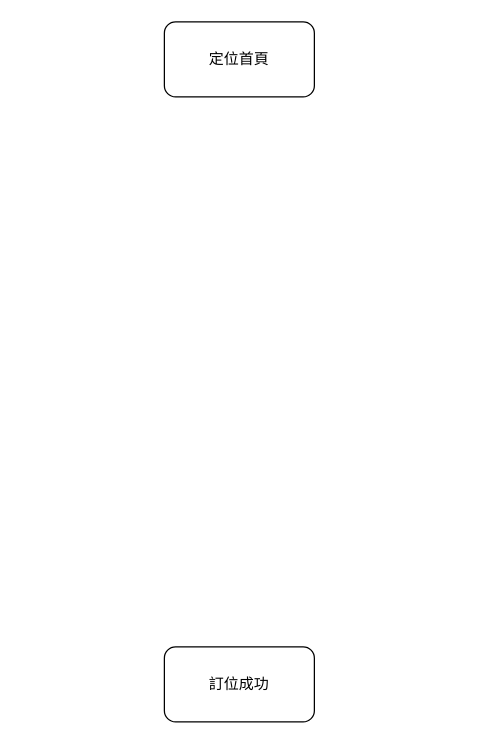
The draw.io diagram 定位系統.drawio in Josh1216/draw.io_test, before the edit. Source tidied: cells renumbered, new cells numbered last; positions are measured from the earlier drawing's top-left corner, leaving out a move shared by most shapes. Both pictures are drawn from the tidied source at 125%, with x=0, y=0 at pixel (164, 21).
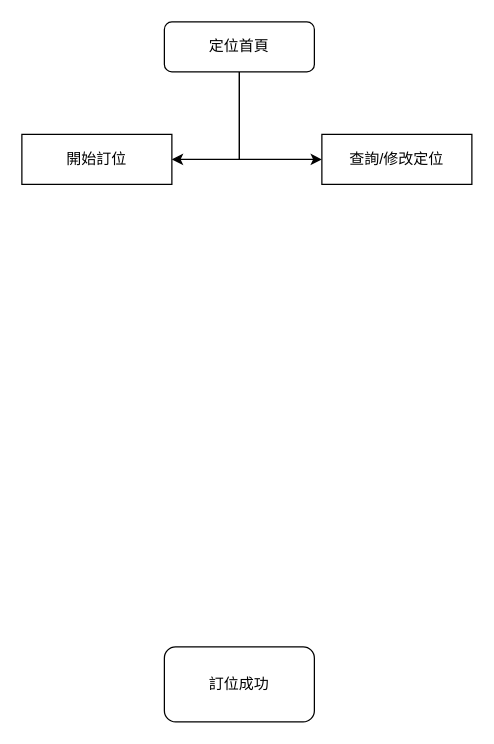
After the change.

Commit message (it also covers changes not shown here):
更新定位系統.drawio

The edit, as a diff of the source:
```diff
@@
 <mxGraphModel>
   <root>
     <mxCell id="0" />
     <mxCell id="1" parent="0" />
+    <mxCell id="4" style="edgeStyle=orthogonalEdgeStyle;rounded=0;jettySize=auto;html=1;" parent="1" edge="1" source="2" target="6">
+      <mxGeometry relative="1" as="geometry">
+        <Array as="points">
+          <mxPoint x="60" y="110" />
+        </Array>
+      </mxGeometry>
+    </mxCell>
+    <mxCell id="5" style="edgeStyle=orthogonalEdgeStyle;rounded=0;jettySize=auto;html=1;entryX=1;entryY=0.5;entryDx=0;entryDy=0;" parent="1" edge="1" source="2" target="7">
+      <mxGeometry relative="1" as="geometry" />
+    </mxCell>
     <mxCell id="2" value="定位首頁" style="rounded=1;whiteSpace=wrap;html=1;" parent="1" vertex="1">
-      <mxGeometry width="120" height="60" as="geometry" />
+      <mxGeometry width="120" height="40" as="geometry" />
     </mxCell>
     <mxCell id="3" value="訂位成功" style="rounded=1;whiteSpace=wrap;html=1;" parent="1" vertex="1">
       <mxGeometry y="500" width="120" height="60" as="geometry" />
     </mxCell>
+    <mxCell id="6" value="查詢/修改定位" style="rounded=0;whiteSpace=wrap;html=1;" parent="1" vertex="1">
+      <mxGeometry x="126" y="90" width="120" height="40" as="geometry" />
+    </mxCell>
+    <mxCell id="7" value="開始訂位" style="rounded=0;whiteSpace=wrap;html=1;" parent="1" vertex="1">
+      <mxGeometry x="-114" y="90" width="120" height="40" as="geometry" />
+    </mxCell>
   </root>
 </mxGraphModel>
```
